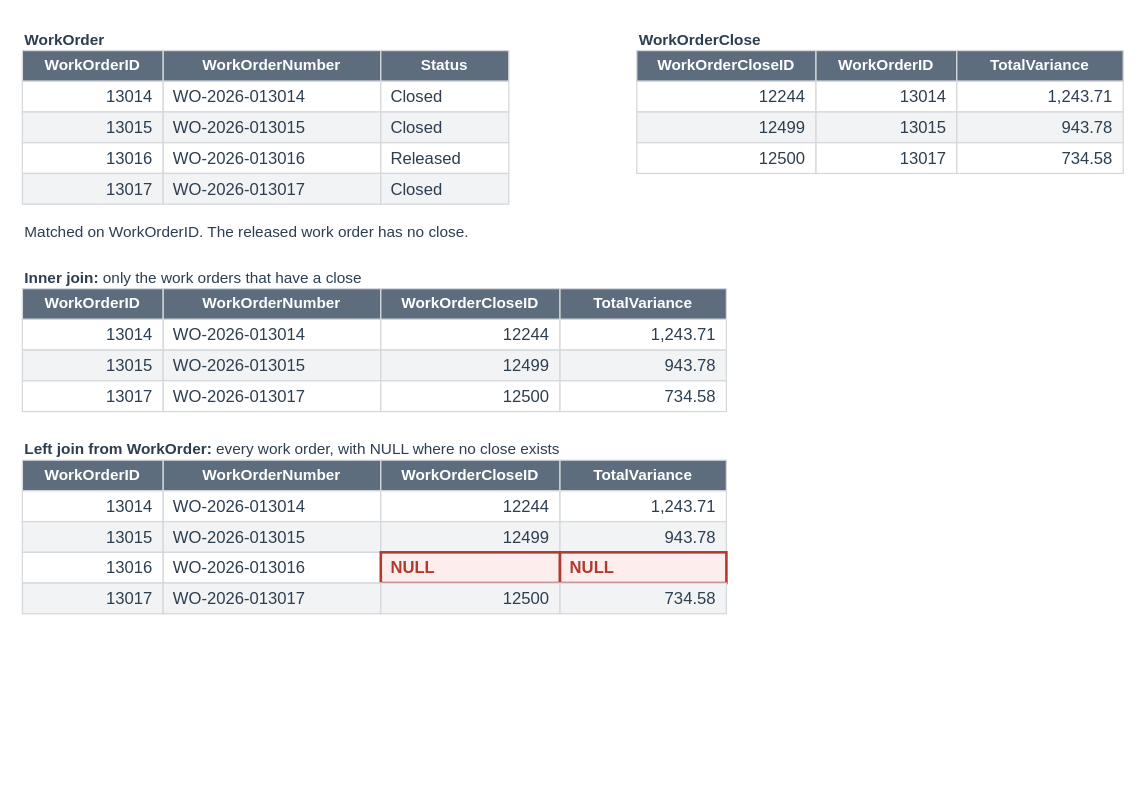
Earlier version of the draw.io diagram visuals/src/fig-10-01-join-matching.drawio (mmcodesso/Accounting_Analytics_Book). Source tidied: cells renumbered, new cells numbered last; positions are measured from the earlier drawing's top-left corner, leaving out a move shared by most shapes. Both pictures are drawn from the tidied source at 128%, with x=0, y=0 at pixel (22, 22).
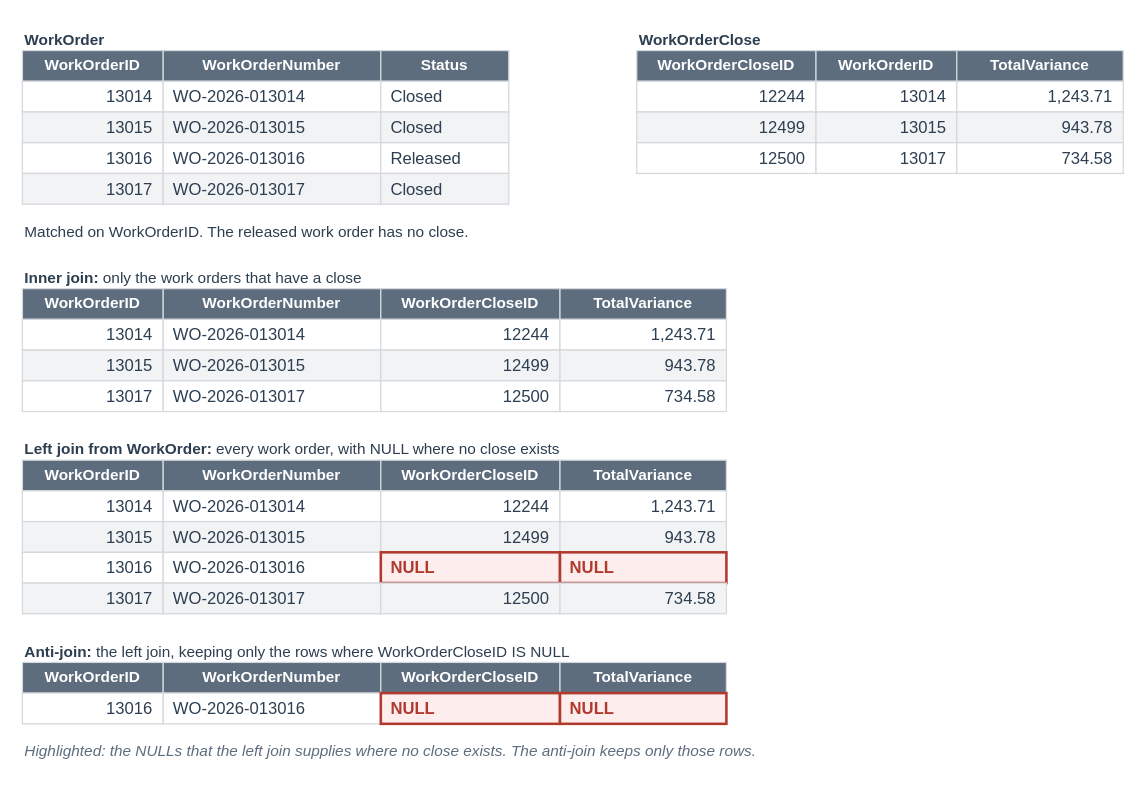
The same diagram, later.

What changed in the source:
```diff
@@
     <mxCell id="2" style="rounded=0;html=1;fillColor=none;strokeColor=none;" parent="1" vertex="1">
-      <mxGeometry width="860" height="464" as="geometry" />
+      <mxGeometry width="860" height="598" as="geometry" />
     </mxCell>
@@
+    <mxCell id="71" value="&lt;b&gt;Anti-join:&lt;/b&gt; the left join, keeping only the rows where WorkOrderCloseID IS NULL" style="text;html=1;whiteSpace=wrap;align=left;verticalAlign=top;fontSize=12;fontColor=#2C3E50;fontStyle=0;fontFamily=Helvetica;spacing=2;fillColor=none;strokeColor=none;" parent="1" vertex="1">
+      <mxGeometry y="478" width="860" height="20" as="geometry" />
+    </mxCell>
+    <mxCell id="72" value="&lt;b&gt;WorkOrderID&lt;/b&gt;" style="rounded=0;arcSize=6;whiteSpace=wrap;html=1;fillColor=#5D6D7E;strokeColor=#D5D8DC;strokeWidth=1;fontColor=#FFFFFF;fontSize=12;fontStyle=0;align=center;verticalAlign=middle;fontFamily=Helvetica;spacingLeft=6;spacingRight=6;" parent="1" vertex="1">
+      <mxGeometry y="500" width="110" height="24" as="geometry" />
+    </mxCell>
+    <mxCell id="73" value="&lt;b&gt;WorkOrderNumber&lt;/b&gt;" style="rounded=0;arcSize=6;whiteSpace=wrap;html=1;fillColor=#5D6D7E;strokeColor=#D5D8DC;strokeWidth=1;fontColor=#FFFFFF;fontSize=12;fontStyle=0;align=center;verticalAlign=middle;fontFamily=Helvetica;spacingLeft=6;spacingRight=6;" parent="1" vertex="1">
+      <mxGeometry x="110" y="500" width="170" height="24" as="geometry" />
+    </mxCell>
+    <mxCell id="74" value="&lt;b&gt;WorkOrderCloseID&lt;/b&gt;" style="rounded=0;arcSize=6;whiteSpace=wrap;html=1;fillColor=#5D6D7E;strokeColor=#D5D8DC;strokeWidth=1;fontColor=#FFFFFF;fontSize=12;fontStyle=0;align=center;verticalAlign=middle;fontFamily=Helvetica;spacingLeft=6;spacingRight=6;" parent="1" vertex="1">
+      <mxGeometry x="280" y="500" width="140" height="24" as="geometry" />
+    </mxCell>
+    <mxCell id="75" value="&lt;b&gt;TotalVariance&lt;/b&gt;" style="rounded=0;arcSize=6;whiteSpace=wrap;html=1;fillColor=#5D6D7E;strokeColor=#D5D8DC;strokeWidth=1;fontColor=#FFFFFF;fontSize=12;fontStyle=0;align=center;verticalAlign=middle;fontFamily=Helvetica;spacingLeft=6;spacingRight=6;" parent="1" vertex="1">
+      <mxGeometry x="420" y="500" width="130" height="24" as="geometry" />
+    </mxCell>
+    <mxCell id="76" value="13016" style="rounded=0;arcSize=6;whiteSpace=wrap;html=1;fillColor=#FFFFFF;strokeColor=#D5D8DC;strokeWidth=1;fontColor=#2C3E50;fontSize=13;fontStyle=0;align=right;verticalAlign=middle;fontFamily=Helvetica;spacingLeft=6;spacingRight=6;" parent="1" vertex="1">
+      <mxGeometry y="524" width="110" height="24" as="geometry" />
+    </mxCell>
+    <mxCell id="77" value="WO-2026-013016" style="rounded=0;arcSize=6;whiteSpace=wrap;html=1;fillColor=#FFFFFF;strokeColor=#D5D8DC;strokeWidth=1;fontColor=#2C3E50;fontSize=13;fontStyle=0;align=left;verticalAlign=middle;fontFamily=Helvetica;spacingLeft=6;spacingRight=6;" parent="1" vertex="1">
+      <mxGeometry x="110" y="524" width="170" height="24" as="geometry" />
+    </mxCell>
+    <mxCell id="78" value="&lt;b&gt;NULL&lt;/b&gt;" style="rounded=0;arcSize=6;whiteSpace=wrap;html=1;fillColor=#FDEDEC;strokeColor=#B03A2E;strokeWidth=2;fontColor=#B03A2E;fontSize=13;fontStyle=0;align=left;verticalAlign=middle;fontFamily=Helvetica;spacingLeft=6;spacingRight=6;" parent="1" vertex="1">
+      <mxGeometry x="280" y="524" width="140" height="24" as="geometry" />
+    </mxCell>
+    <mxCell id="79" value="&lt;b&gt;NULL&lt;/b&gt;" style="rounded=0;arcSize=6;whiteSpace=wrap;html=1;fillColor=#FDEDEC;strokeColor=#B03A2E;strokeWidth=2;fontColor=#B03A2E;fontSize=13;fontStyle=0;align=left;verticalAlign=middle;fontFamily=Helvetica;spacingLeft=6;spacingRight=6;" parent="1" vertex="1">
+      <mxGeometry x="420" y="524" width="130" height="24" as="geometry" />
+    </mxCell>
+    <mxCell id="80" value="&lt;i&gt;Highlighted: the NULLs that the left join supplies where no close exists. The anti-join keeps only those rows.&lt;/i&gt;" style="text;html=1;whiteSpace=wrap;align=left;verticalAlign=top;fontSize=12;fontColor=#5D6D7E;fontStyle=0;fontFamily=Helvetica;spacing=2;fillColor=none;strokeColor=none;" parent="1" vertex="1">
+      <mxGeometry y="556" width="860" height="40" as="geometry" />
+    </mxCell>
```
